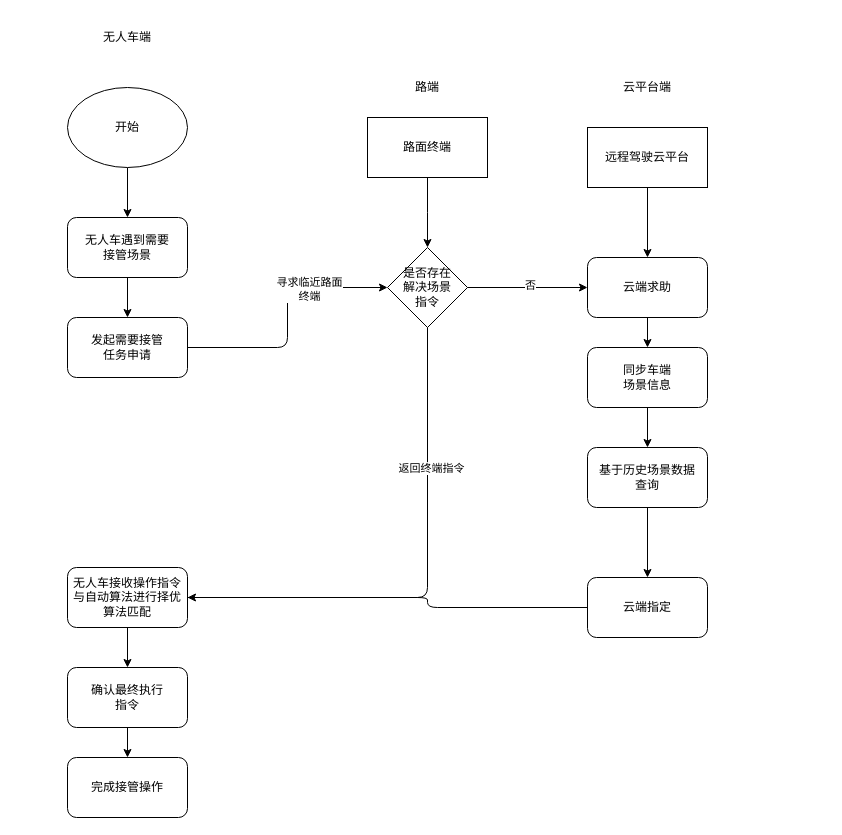
The draw.io diagram 出行项目/自动驾驶主动介入场景.drawio in wurh/myDesignDoc, before the edit. Source tidied: cells renumbered, new cells numbered last; positions are measured from the earlier drawing's top-left corner, leaving out a move shared by most shapes. Both pictures are drawn from the tidied source at 100%, with x=0, y=0 at pixel (67, 27).
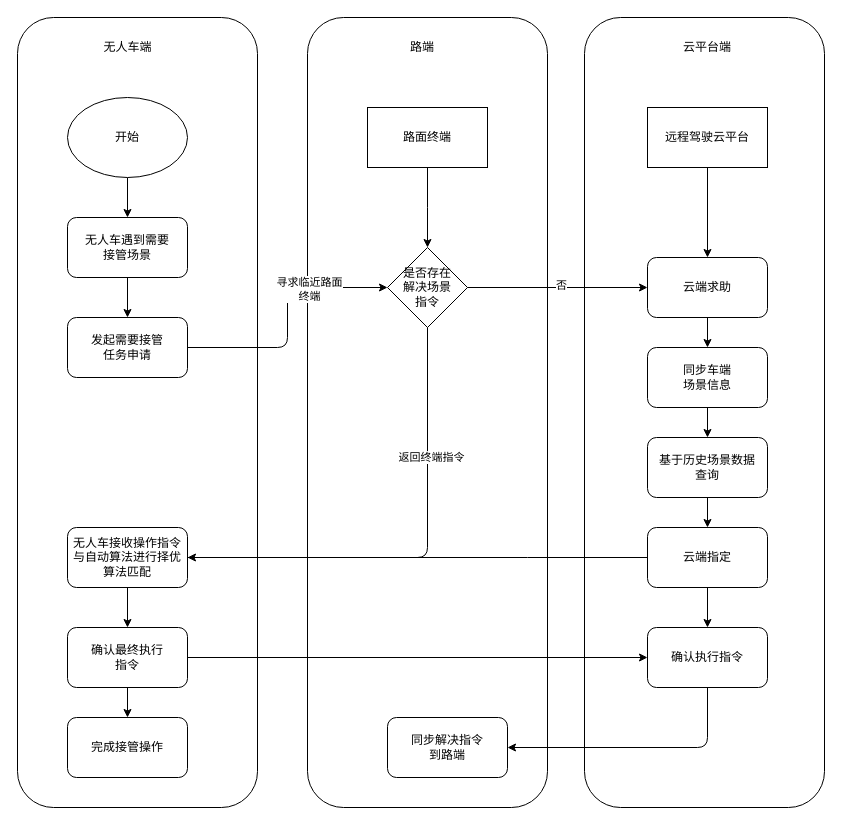
The same diagram, later.

Commit message (it also covers changes not shown here):
Update 自动驾驶主动介入场景.drawio

What changed in the source:
```diff
@@
+    <mxCell id="34" style="rounded=1;whiteSpace=wrap;html=1;" parent="1" vertex="1">
+      <mxGeometry x="517" y="-10" width="240" height="790" as="geometry" />
+    </mxCell>
+    <mxCell id="35" style="rounded=1;whiteSpace=wrap;html=1;" parent="1" vertex="1">
+      <mxGeometry x="240" y="-10" width="240" height="790" as="geometry" />
+    </mxCell>
+    <mxCell id="36" style="rounded=1;whiteSpace=wrap;html=1;" parent="1" vertex="1">
+      <mxGeometry x="-50" y="-10" width="240" height="790" as="geometry" />
+    </mxCell>
@@
     <mxCell id="3" value="开始" style="ellipse;whiteSpace=wrap;html=1;" parent="1" vertex="1">
-      <mxGeometry y="60" width="120" height="80" as="geometry" />
+      <mxGeometry y="70" width="120" height="80" as="geometry" />
     </mxCell>
@@
     <mxCell id="7" value="远程驾驶云平台" style="rounded=0;whiteSpace=wrap;html=1;" parent="1" vertex="1">
-      <mxGeometry x="520" y="100" width="120" height="60" as="geometry" />
+      <mxGeometry x="580" y="80" width="120" height="60" as="geometry" />
     </mxCell>
@@
     <mxCell id="9" value="无人车接收操作指令&lt;br&gt;与自动算法进行择优算法匹配" style="rounded=1;whiteSpace=wrap;html=1;" parent="1" vertex="1">
-      <mxGeometry y="540" width="120" height="60" as="geometry" />
+      <mxGeometry y="500" width="120" height="60" as="geometry" />
     </mxCell>
@@
     <mxCell id="11" value="确认最终执行&lt;br&gt;指令" style="rounded=1;whiteSpace=wrap;html=1;" parent="1" vertex="1">
-      <mxGeometry y="640" width="120" height="60" as="geometry" />
+      <mxGeometry y="600" width="120" height="60" as="geometry" />
     </mxCell>
     <mxCell id="12" value="完成接管操作" style="rounded=1;whiteSpace=wrap;html=1;" parent="1" vertex="1">
-      <mxGeometry y="730" width="120" height="60" as="geometry" />
+      <mxGeometry y="690" width="120" height="60" as="geometry" />
     </mxCell>
     <mxCell id="13" value="无人车端" style="text;html=1;strokeColor=none;fillColor=none;align=center;verticalAlign=middle;whiteSpace=wrap;rounded=0;" parent="1" vertex="1">
-      <mxGeometry x="15" width="90" height="20" as="geometry" />
+      <mxGeometry x="12.5" y="10" width="95" height="20" as="geometry" />
     </mxCell>
     <mxCell id="14" value="云平台端" style="text;html=1;strokeColor=none;fillColor=none;align=center;verticalAlign=middle;whiteSpace=wrap;rounded=0;" parent="1" vertex="1">
-      <mxGeometry x="535" y="50" width="90" height="20" as="geometry" />
+      <mxGeometry x="595" y="10" width="90" height="20" as="geometry" />
     </mxCell>
@@
     <mxCell id="16" value="云端求助" style="rounded=1;whiteSpace=wrap;html=1;" parent="1" vertex="1">
-      <mxGeometry x="520" y="230" width="120" height="60" as="geometry" />
+      <mxGeometry x="580" y="230" width="120" height="60" as="geometry" />
     </mxCell>
@@
     <mxCell id="19" value="同步车端&lt;br&gt;场景信息" style="rounded=1;whiteSpace=wrap;html=1;" parent="1" vertex="1">
-      <mxGeometry x="520" y="320" width="120" height="60" as="geometry" />
+      <mxGeometry x="580" y="320" width="120" height="60" as="geometry" />
     </mxCell>
@@
     <mxCell id="21" value="基于历史场景数据&lt;br&gt;查询" style="rounded=1;whiteSpace=wrap;html=1;" parent="1" vertex="1">
-      <mxGeometry x="520" y="420" width="120" height="60" as="geometry" />
+      <mxGeometry x="580" y="410" width="120" height="60" as="geometry" />
     </mxCell>
+    <mxCell id="37" style="edgeStyle=orthogonalEdgeStyle;rounded=0;jettySize=auto;html=1;" parent="1" edge="1" source="22" target="38">
+      <mxGeometry relative="1" as="geometry" />
+    </mxCell>
     <mxCell id="22" value="云端指定" style="rounded=1;whiteSpace=wrap;html=1;" parent="1" vertex="1">
-      <mxGeometry x="520" y="550" width="120" height="60" as="geometry" />
+      <mxGeometry x="580" y="500" width="120" height="60" as="geometry" />
     </mxCell>
     <mxCell id="23" style="endArrow=classic;html=1;exitX=0;exitY=0.5;exitDx=0;exitDy=0;entryX=1;entryY=0.5;entryDx=0;entryDy=0;edgeStyle=orthogonalEdgeStyle;" parent="1" edge="1" source="22" target="9">
       <mxGeometry relative="1" as="geometry">
         <Array as="points">
-          <mxPoint x="360" y="580" />
-          <mxPoint x="360" y="570" />
+          <mxPoint x="470" y="530" />
+          <mxPoint x="470" y="530" />
         </Array>
       </mxGeometry>
     </mxCell>
@@
     <mxCell id="25" value="路面终端" style="rounded=0;whiteSpace=wrap;html=1;" parent="1" vertex="1">
-      <mxGeometry x="300" y="90" width="120" height="60" as="geometry" />
+      <mxGeometry x="300" y="80" width="120" height="60" as="geometry" />
     </mxCell>
     <mxCell id="26" value="路端" style="text;html=1;strokeColor=none;fillColor=none;align=center;verticalAlign=middle;whiteSpace=wrap;rounded=0;" parent="1" vertex="1">
-      <mxGeometry x="315" y="50" width="90" height="20" as="geometry" />
+      <mxGeometry x="310" y="10" width="90" height="20" as="geometry" />
     </mxCell>
@@
+    <mxCell id="38" value="确认执行指令" style="rounded=1;whiteSpace=wrap;html=1;" parent="1" vertex="1">
+      <mxGeometry x="580" y="600" width="120" height="60" as="geometry" />
+    </mxCell>
+    <mxCell id="39" style="endArrow=classic;html=1;" parent="1" edge="1" source="11" target="38">
+      <mxGeometry relative="1" as="geometry" />
+    </mxCell>
+    <mxCell id="40" value="同步解决指令&lt;br&gt;到路端" style="rounded=1;whiteSpace=wrap;html=1;" parent="1" vertex="1">
+      <mxGeometry x="320" y="690" width="120" height="60" as="geometry" />
+    </mxCell>
+    <mxCell id="41" style="endArrow=classic;html=1;exitX=0.5;exitY=1;exitDx=0;exitDy=0;entryX=1;entryY=0.5;entryDx=0;entryDy=0;edgeStyle=orthogonalEdgeStyle;" parent="1" edge="1" source="38" target="40">
+      <mxGeometry relative="1" as="geometry" />
+    </mxCell>
```
